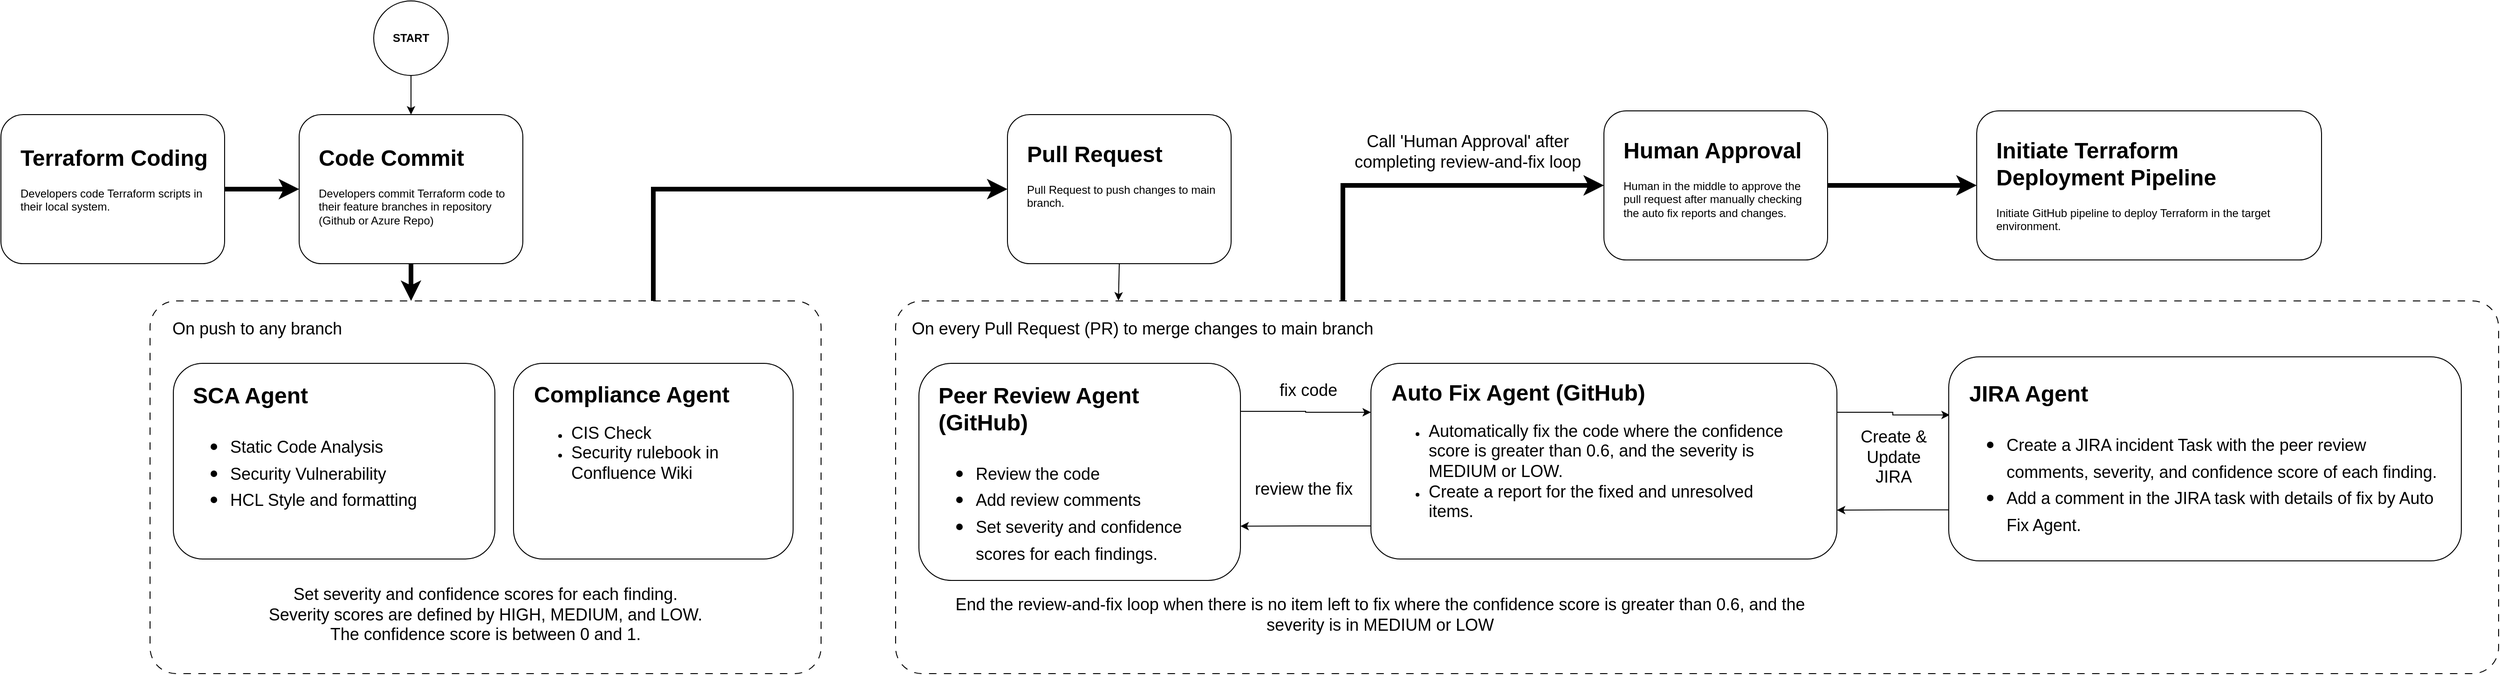
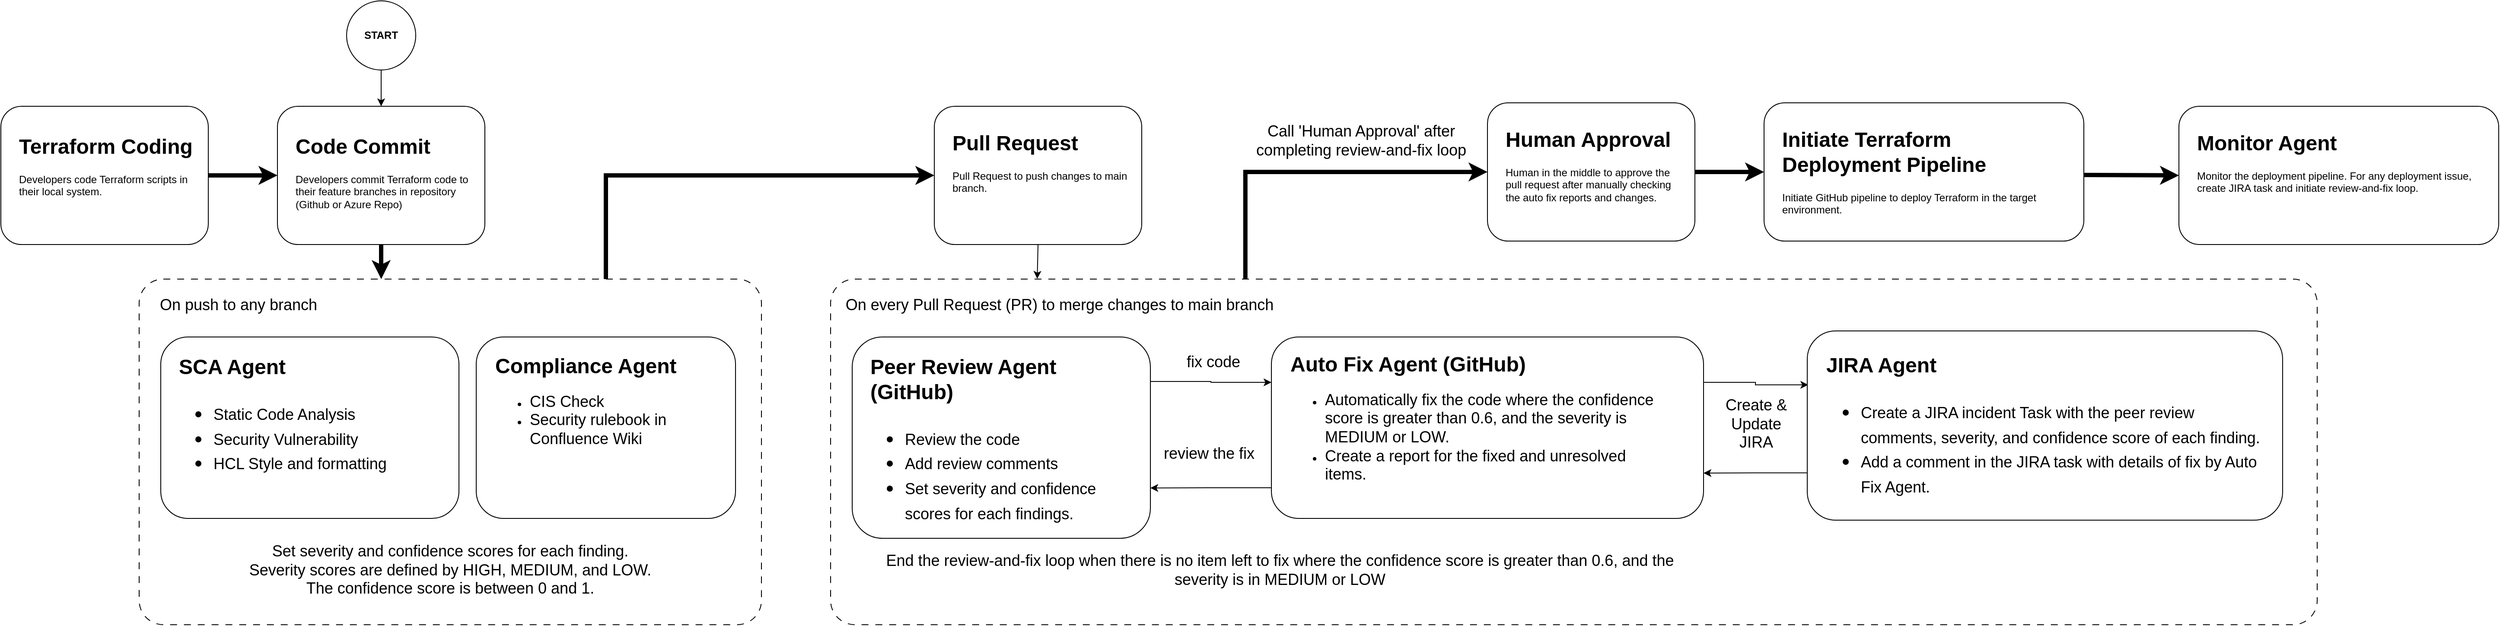
<mxfile host="app.diagrams.net">
  <diagram name="Page-1" id="llQ14HlxIDWXj9B5HY60">
    <mxGraphModel dx="1006" dy="638" grid="1" gridSize="10" guides="1" tooltips="1" connect="1" arrows="1" fold="1" page="1" pageScale="1" pageWidth="850" pageHeight="1100" math="0" shadow="0">
      <root>
        <mxCell id="0" />
        <mxCell id="1" parent="0" />
        <mxCell id="IWc9zJM8tDhvkjJ2dRjy-13" edge="1" parent="1" source="IWc9zJM8tDhvkjJ2dRjy-5" style="edgeStyle=orthogonalEdgeStyle;rounded=0;orthogonalLoop=1;jettySize=auto;html=1;entryX=0;entryY=0.5;entryDx=0;entryDy=0;exitX=0.75;exitY=0;exitDx=0;exitDy=0;strokeWidth=5;" target="IWc9zJM8tDhvkjJ2dRjy-1">
          <mxGeometry relative="1" as="geometry" />
        </mxCell>
        <mxCell id="oJW8UGhNAXkty13G2p3x-1" parent="1" style="rounded=1;whiteSpace=wrap;html=1;" value="" vertex="1">
          <mxGeometry height="160" width="240" x="440" y="200" as="geometry" />
        </mxCell>
        <mxCell id="oJW8UGhNAXkty13G2p3x-3" parent="1" style="text;html=1;whiteSpace=wrap;overflow=hidden;rounded=0;" value="&lt;h1 style=&quot;margin-top: 0px;&quot;&gt;Code Commit&lt;/h1&gt;&lt;p&gt;Developers commit Terraform code to their feature branches in repository (Github or Azure Repo)&lt;/p&gt;" vertex="1">
          <mxGeometry height="100" width="210" x="459" y="226" as="geometry" />
        </mxCell>
        <mxCell id="IWc9zJM8tDhvkjJ2dRjy-35" edge="1" parent="1" source="IWc9zJM8tDhvkjJ2dRjy-14" style="edgeStyle=orthogonalEdgeStyle;rounded=0;orthogonalLoop=1;jettySize=auto;html=1;entryX=0;entryY=0.5;entryDx=0;entryDy=0;exitX=0.279;exitY=0.025;exitDx=0;exitDy=0;exitPerimeter=0;strokeWidth=5;" target="IWc9zJM8tDhvkjJ2dRjy-33">
          <mxGeometry relative="1" as="geometry">
            <Array as="points">
              <mxPoint x="1560" y="276" />
            </Array>
          </mxGeometry>
        </mxCell>
        <mxCell id="IWc9zJM8tDhvkjJ2dRjy-1" parent="1" style="rounded=1;whiteSpace=wrap;html=1;" value="" vertex="1">
          <mxGeometry height="160" width="240" x="1200" y="200" as="geometry" />
        </mxCell>
        <mxCell id="IWc9zJM8tDhvkjJ2dRjy-2" parent="1" style="text;html=1;whiteSpace=wrap;overflow=hidden;rounded=0;" value="&lt;h1 style=&quot;margin-top: 0px;&quot;&gt;Pull Request&lt;/h1&gt;&lt;p&gt;Pull Request to push changes to main branch.&lt;/p&gt;" vertex="1">
          <mxGeometry height="100" width="210" x="1219" y="222" as="geometry" />
        </mxCell>
        <mxCell id="IWc9zJM8tDhvkjJ2dRjy-12" edge="1" parent="1" source="IWc9zJM8tDhvkjJ2dRjy-3" style="edgeStyle=orthogonalEdgeStyle;rounded=0;orthogonalLoop=1;jettySize=auto;html=1;exitX=1;exitY=0.5;exitDx=0;exitDy=0;entryX=0;entryY=0.5;entryDx=0;entryDy=0;strokeWidth=5;" target="oJW8UGhNAXkty13G2p3x-1">
          <mxGeometry relative="1" as="geometry" />
        </mxCell>
        <mxCell id="IWc9zJM8tDhvkjJ2dRjy-3" parent="1" style="rounded=1;whiteSpace=wrap;html=1;" value="" vertex="1">
          <mxGeometry height="160" width="240" x="120" y="200" as="geometry" />
        </mxCell>
        <mxCell id="IWc9zJM8tDhvkjJ2dRjy-4" parent="1" style="text;html=1;whiteSpace=wrap;overflow=hidden;rounded=0;" value="&lt;h1 style=&quot;margin-top: 0px;&quot;&gt;Terraform Coding&lt;/h1&gt;&lt;p&gt;Developers code Terraform scripts in their local system.&lt;/p&gt;" vertex="1">
          <mxGeometry height="100" width="210" x="139" y="226" as="geometry" />
        </mxCell>
        <mxCell id="IWc9zJM8tDhvkjJ2dRjy-5" parent="1" style="rounded=1;whiteSpace=wrap;html=1;arcSize=7;dashed=1;dashPattern=8 8;" value="" vertex="1">
          <mxGeometry height="400" width="720" x="280" y="400" as="geometry" />
        </mxCell>
        <mxCell id="IWc9zJM8tDhvkjJ2dRjy-6" parent="1" style="text;html=1;whiteSpace=wrap;strokeColor=none;fillColor=none;align=center;verticalAlign=middle;rounded=0;" value="&lt;font style=&quot;font-size: 18px;&quot;&gt;On push to any branch&lt;/font&gt;" vertex="1">
          <mxGeometry height="30" width="210" x="290" y="415" as="geometry" />
        </mxCell>
        <mxCell id="IWc9zJM8tDhvkjJ2dRjy-7" parent="1" style="rounded=1;whiteSpace=wrap;html=1;" value="" vertex="1">
          <mxGeometry height="210" width="345" x="305" y="467" as="geometry" />
        </mxCell>
        <mxCell id="IWc9zJM8tDhvkjJ2dRjy-8" parent="1" style="text;html=1;whiteSpace=wrap;overflow=hidden;rounded=0;" value="&lt;h1 style=&quot;margin-top: 0px;&quot;&gt;SCA Agent&lt;/h1&gt;&lt;h1 style=&quot;margin-top: 0px;&quot;&gt;&lt;p style=&quot;font-size: 12px; font-weight: 400;&quot;&gt;&lt;/p&gt;&lt;ul&gt;&lt;li&gt;&lt;span style=&quot;font-size: 18px; font-weight: normal;&quot;&gt;Static Code Analysis&lt;/span&gt;&lt;/li&gt;&lt;li&gt;&lt;span style=&quot;font-size: 18px; font-weight: normal;&quot;&gt;Security Vulnerability&lt;/span&gt;&lt;/li&gt;&lt;li&gt;&lt;span style=&quot;font-size: 18px; font-weight: normal;&quot;&gt;HCL Style and formatting&lt;/span&gt;&lt;/li&gt;&lt;/ul&gt;&lt;p&gt;&lt;/p&gt;&lt;/h1&gt;" vertex="1">
          <mxGeometry height="183" width="306" x="324" y="481" as="geometry" />
        </mxCell>
        <mxCell id="IWc9zJM8tDhvkjJ2dRjy-9" parent="1" style="rounded=1;whiteSpace=wrap;html=1;" value="" vertex="1">
          <mxGeometry height="210" width="300" x="670" y="467" as="geometry" />
        </mxCell>
        <mxCell id="IWc9zJM8tDhvkjJ2dRjy-10" parent="1" style="text;html=1;whiteSpace=wrap;overflow=hidden;rounded=0;" value="&lt;h1 style=&quot;margin-top: 0px;&quot;&gt;Compliance Agent&lt;/h1&gt;&lt;p&gt;&lt;/p&gt;&lt;ul&gt;&lt;li&gt;&lt;span style=&quot;font-size: 18px;&quot;&gt;CIS Check&lt;/span&gt;&lt;/li&gt;&lt;li&gt;&lt;span style=&quot;font-size: 18px;&quot;&gt;Security rulebook in Confluence Wiki&lt;/span&gt;&lt;/li&gt;&lt;/ul&gt;&lt;p&gt;&lt;/p&gt;" vertex="1">
          <mxGeometry height="180" width="269" x="690" y="480" as="geometry" />
        </mxCell>
        <mxCell id="IWc9zJM8tDhvkjJ2dRjy-11" edge="1" parent="1" source="oJW8UGhNAXkty13G2p3x-1" style="edgeStyle=orthogonalEdgeStyle;rounded=0;orthogonalLoop=1;jettySize=auto;html=1;exitX=0.5;exitY=1;exitDx=0;exitDy=0;entryX=0.389;entryY=0;entryDx=0;entryDy=0;entryPerimeter=0;strokeWidth=5;" target="IWc9zJM8tDhvkjJ2dRjy-5">
          <mxGeometry relative="1" as="geometry" />
        </mxCell>
        <mxCell id="IWc9zJM8tDhvkjJ2dRjy-14" parent="1" style="rounded=1;whiteSpace=wrap;html=1;arcSize=7;dashed=1;dashPattern=8 8;" value="" vertex="1">
          <mxGeometry height="400" width="1720" x="1080" y="400" as="geometry" />
        </mxCell>
        <mxCell id="IWc9zJM8tDhvkjJ2dRjy-15" parent="1" style="text;html=1;whiteSpace=wrap;strokeColor=none;fillColor=none;align=center;verticalAlign=middle;rounded=0;" value="&lt;font style=&quot;font-size: 18px;&quot;&gt;On every Pull Request (PR) to merge changes to main branch&lt;/font&gt;" vertex="1">
          <mxGeometry height="30" width="510" x="1090" y="415" as="geometry" />
        </mxCell>
        <mxCell id="IWc9zJM8tDhvkjJ2dRjy-22" edge="1" parent="1" source="IWc9zJM8tDhvkjJ2dRjy-16" style="edgeStyle=orthogonalEdgeStyle;rounded=0;orthogonalLoop=1;jettySize=auto;html=1;exitX=1;exitY=0.221;exitDx=0;exitDy=0;entryX=0;entryY=0.25;entryDx=0;entryDy=0;exitPerimeter=0;" target="IWc9zJM8tDhvkjJ2dRjy-18">
          <mxGeometry relative="1" as="geometry" />
        </mxCell>
        <mxCell id="IWc9zJM8tDhvkjJ2dRjy-16" parent="1" style="rounded=1;whiteSpace=wrap;html=1;" value="" vertex="1">
          <mxGeometry height="233" width="345" x="1105" y="467" as="geometry" />
        </mxCell>
        <mxCell id="IWc9zJM8tDhvkjJ2dRjy-17" parent="1" style="text;html=1;whiteSpace=wrap;overflow=hidden;rounded=0;" value="&lt;h1 style=&quot;margin-top: 0px;&quot;&gt;Peer Review Agent (GitHub)&lt;/h1&gt;&lt;h1 style=&quot;margin-top: 0px;&quot;&gt;&lt;p style=&quot;font-size: 12px; font-weight: 400;&quot;&gt;&lt;/p&gt;&lt;ul&gt;&lt;li&gt;&lt;span style=&quot;font-size: 18px; font-weight: 400;&quot;&gt;Review the code&lt;/span&gt;&lt;/li&gt;&lt;li&gt;&lt;span style=&quot;font-size: 18px; font-weight: 400;&quot;&gt;Add review comments&lt;/span&gt;&lt;/li&gt;&lt;li&gt;&lt;span style=&quot;font-size: 18px; font-weight: 400;&quot;&gt;Set severity and confidence scores for each findings.&lt;/span&gt;&lt;/li&gt;&lt;/ul&gt;&lt;p&gt;&lt;/p&gt;&lt;/h1&gt;" vertex="1">
          <mxGeometry height="209" width="306" x="1124" y="481" as="geometry" />
        </mxCell>
        <mxCell id="IWc9zJM8tDhvkjJ2dRjy-23" edge="1" parent="1" source="IWc9zJM8tDhvkjJ2dRjy-18" style="edgeStyle=orthogonalEdgeStyle;rounded=0;orthogonalLoop=1;jettySize=auto;html=1;exitX=0;exitY=0.831;exitDx=0;exitDy=0;entryX=1;entryY=0.75;entryDx=0;entryDy=0;exitPerimeter=0;" target="IWc9zJM8tDhvkjJ2dRjy-16">
          <mxGeometry relative="1" as="geometry" />
        </mxCell>
        <mxCell id="IWc9zJM8tDhvkjJ2dRjy-31" edge="1" parent="1" source="IWc9zJM8tDhvkjJ2dRjy-18" style="edgeStyle=orthogonalEdgeStyle;rounded=0;orthogonalLoop=1;jettySize=auto;html=1;exitX=1;exitY=0.25;exitDx=0;exitDy=0;entryX=0.002;entryY=0.285;entryDx=0;entryDy=0;entryPerimeter=0;" target="IWc9zJM8tDhvkjJ2dRjy-27">
          <mxGeometry relative="1" as="geometry" />
        </mxCell>
        <mxCell id="IWc9zJM8tDhvkjJ2dRjy-18" parent="1" style="rounded=1;whiteSpace=wrap;html=1;" value="" vertex="1">
          <mxGeometry height="210" width="500" x="1590" y="467" as="geometry" />
        </mxCell>
        <mxCell id="IWc9zJM8tDhvkjJ2dRjy-19" parent="1" style="text;html=1;whiteSpace=wrap;overflow=hidden;rounded=0;" value="&lt;h1 style=&quot;margin-top: 0px;&quot;&gt;Auto Fix Agent (GitHub)&lt;/h1&gt;&lt;p&gt;&lt;/p&gt;&lt;ul&gt;&lt;li&gt;&lt;span style=&quot;font-size: 18px;&quot;&gt;Automatically fix the code where the confidence score is greater than 0.6, and the severity is MEDIUM or LOW.&amp;nbsp;&lt;/span&gt;&lt;/li&gt;&lt;li&gt;&lt;span style=&quot;font-size: 18px;&quot;&gt;Create a report for the fixed and unresolved items.&lt;/span&gt;&lt;/li&gt;&lt;/ul&gt;&lt;p&gt;&lt;/p&gt;" vertex="1">
          <mxGeometry height="192" width="440" x="1610" y="478" as="geometry" />
        </mxCell>
        <mxCell id="IWc9zJM8tDhvkjJ2dRjy-20" parent="1" style="text;whiteSpace=wrap;fontSize=18;align=center;" value="Set severity and confidence scores for each finding.&#xa;Severity scores are defined by HIGH, MEDIUM, and LOW.&#xa;The confidence score is between 0 and 1." vertex="1">
          <mxGeometry height="77" width="640" x="320" y="698" as="geometry" />
        </mxCell>
        <mxCell id="IWc9zJM8tDhvkjJ2dRjy-21" edge="1" parent="1" source="IWc9zJM8tDhvkjJ2dRjy-1" style="edgeStyle=orthogonalEdgeStyle;rounded=0;orthogonalLoop=1;jettySize=auto;html=1;exitX=0.5;exitY=1;exitDx=0;exitDy=0;entryX=0.139;entryY=-0.001;entryDx=0;entryDy=0;entryPerimeter=0;" target="IWc9zJM8tDhvkjJ2dRjy-14">
          <mxGeometry relative="1" as="geometry" />
        </mxCell>
        <mxCell id="IWc9zJM8tDhvkjJ2dRjy-24" parent="1" style="text;html=1;whiteSpace=wrap;strokeColor=none;fillColor=none;align=center;verticalAlign=middle;rounded=0;" value="&lt;font style=&quot;font-size: 18px;&quot;&gt;fix code&lt;/font&gt;" vertex="1">
          <mxGeometry height="30" width="82" x="1482" y="481" as="geometry" />
        </mxCell>
        <mxCell id="IWc9zJM8tDhvkjJ2dRjy-25" parent="1" style="text;html=1;whiteSpace=wrap;strokeColor=none;fillColor=none;align=center;verticalAlign=middle;rounded=0;" value="&lt;font style=&quot;font-size: 18px;&quot;&gt;review the fix&lt;/font&gt;" vertex="1">
          <mxGeometry height="30" width="120" x="1458" y="587" as="geometry" />
        </mxCell>
        <mxCell id="IWc9zJM8tDhvkjJ2dRjy-26" parent="1" style="text;html=1;whiteSpace=wrap;strokeColor=none;fillColor=none;align=center;verticalAlign=middle;rounded=0;" value="&lt;font style=&quot;font-size: 18px;&quot;&gt;End the review-and-fix loop when there is no item left to fix where the confidence score is greater than 0.6, and the severity is in MEDIUM or LOW&lt;/font&gt;" vertex="1">
          <mxGeometry height="50" width="980" x="1110" y="711.5" as="geometry" />
        </mxCell>
        <mxCell id="IWc9zJM8tDhvkjJ2dRjy-30" edge="1" parent="1" source="IWc9zJM8tDhvkjJ2dRjy-27" style="edgeStyle=orthogonalEdgeStyle;rounded=0;orthogonalLoop=1;jettySize=auto;html=1;exitX=0;exitY=0.75;exitDx=0;exitDy=0;entryX=1;entryY=0.75;entryDx=0;entryDy=0;" target="IWc9zJM8tDhvkjJ2dRjy-18">
          <mxGeometry relative="1" as="geometry" />
        </mxCell>
        <mxCell id="IWc9zJM8tDhvkjJ2dRjy-27" parent="1" style="rounded=1;whiteSpace=wrap;html=1;" value="" vertex="1">
          <mxGeometry height="219" width="550" x="2210" y="460" as="geometry" />
        </mxCell>
        <mxCell id="IWc9zJM8tDhvkjJ2dRjy-28" parent="1" style="text;html=1;whiteSpace=wrap;overflow=hidden;rounded=0;" value="&lt;h1 style=&quot;margin-top: 0px;&quot;&gt;JIRA Agent&lt;/h1&gt;&lt;h1 style=&quot;margin-top: 0px;&quot;&gt;&lt;p style=&quot;font-size: 12px; font-weight: 400;&quot;&gt;&lt;/p&gt;&lt;ul&gt;&lt;li&gt;&lt;span style=&quot;font-size: 18px; font-weight: 400;&quot;&gt;Create a JIRA incident Task with the peer review comments, severity, and confidence score of each finding.&lt;/span&gt;&lt;/li&gt;&lt;li&gt;&lt;span style=&quot;font-size: 18px; font-weight: 400;&quot;&gt;Add a comment in the JIRA task with details of fix by Auto Fix Agent.&lt;/span&gt;&lt;/li&gt;&lt;/ul&gt;&lt;p&gt;&lt;/p&gt;&lt;/h1&gt;" vertex="1">
          <mxGeometry height="191" width="510" x="2230" y="479" as="geometry" />
        </mxCell>
        <mxCell id="IWc9zJM8tDhvkjJ2dRjy-32" parent="1" style="text;html=1;whiteSpace=wrap;strokeColor=none;fillColor=none;align=center;verticalAlign=middle;rounded=0;" value="&lt;font style=&quot;font-size: 18px;&quot;&gt;Create &amp;amp; Update JIRA&lt;/font&gt;" vertex="1">
          <mxGeometry height="57.5" width="102" x="2100" y="539" as="geometry" />
        </mxCell>
        <mxCell id="IWc9zJM8tDhvkjJ2dRjy-39" edge="1" parent="1" source="IWc9zJM8tDhvkjJ2dRjy-33" style="edgeStyle=orthogonalEdgeStyle;rounded=0;orthogonalLoop=1;jettySize=auto;html=1;exitX=1;exitY=0.5;exitDx=0;exitDy=0;entryX=0;entryY=0.5;entryDx=0;entryDy=0;strokeWidth=5;" target="IWc9zJM8tDhvkjJ2dRjy-37">
          <mxGeometry relative="1" as="geometry" />
        </mxCell>
        <mxCell id="IWc9zJM8tDhvkjJ2dRjy-33" parent="1" style="rounded=1;whiteSpace=wrap;html=1;" value="" vertex="1">
          <mxGeometry height="160" width="240" x="1840" y="196" as="geometry" />
        </mxCell>
        <mxCell id="IWc9zJM8tDhvkjJ2dRjy-34" parent="1" style="text;html=1;whiteSpace=wrap;overflow=hidden;rounded=0;" value="&lt;h1 style=&quot;margin-top: 0px;&quot;&gt;Human Approval&lt;/h1&gt;&lt;p&gt;Human in the middle to approve the pull request after manually checking the auto fix reports and changes.&amp;nbsp;&lt;/p&gt;" vertex="1">
          <mxGeometry height="100" width="210" x="1859" y="218" as="geometry" />
        </mxCell>
        <mxCell id="IWc9zJM8tDhvkjJ2dRjy-36" parent="1" style="text;html=1;whiteSpace=wrap;strokeColor=none;fillColor=none;align=center;verticalAlign=middle;rounded=0;" value="&lt;font style=&quot;font-size: 18px;&quot;&gt;Call &#39;Human Approval&#39; after completing review-and-fix loop&lt;/font&gt;" vertex="1">
          <mxGeometry height="60" width="248" x="1570" y="210" as="geometry" />
        </mxCell>
        <mxCell id="IWc9zJM8tDhvkjJ2dRjy-37" parent="1" style="rounded=1;whiteSpace=wrap;html=1;" value="" vertex="1">
-           <mxGeometry height="160" width="370" x="2240" y="196" as="geometry" />
+           <mxGeometry height="160" width="370" x="2160" y="196" as="geometry" />
        </mxCell>
        <mxCell id="IWc9zJM8tDhvkjJ2dRjy-38" parent="1" style="text;html=1;whiteSpace=wrap;overflow=hidden;rounded=0;" value="&lt;h1 style=&quot;margin-top: 0px;&quot;&gt;Initiate Terraform Deployment Pipeline&lt;/h1&gt;&lt;p&gt;Initiate GitHub pipeline to deploy Terraform in the target environment.&amp;nbsp;&amp;nbsp;&lt;/p&gt;" vertex="1">
-           <mxGeometry height="112" width="341" x="2259" y="218" as="geometry" />
+           <mxGeometry height="112" width="341" x="2179" y="218" as="geometry" />
        </mxCell>
        <mxCell id="IWc9zJM8tDhvkjJ2dRjy-41" edge="1" parent="1" source="IWc9zJM8tDhvkjJ2dRjy-40" style="edgeStyle=orthogonalEdgeStyle;rounded=0;orthogonalLoop=1;jettySize=auto;html=1;exitX=0.5;exitY=1;exitDx=0;exitDy=0;entryX=0.5;entryY=0;entryDx=0;entryDy=0;" target="oJW8UGhNAXkty13G2p3x-1">
          <mxGeometry relative="1" as="geometry" />
        </mxCell>
        <mxCell id="IWc9zJM8tDhvkjJ2dRjy-40" parent="1" style="ellipse;whiteSpace=wrap;html=1;aspect=fixed;fontStyle=1" value="START" vertex="1">
          <mxGeometry height="80" width="80" x="520" y="78" as="geometry" />
        </mxCell>
+         <mxCell id="IWc9zJM8tDhvkjJ2dRjy-42" parent="1" style="rounded=1;whiteSpace=wrap;html=1;" value="" vertex="1">
+           <mxGeometry height="160" width="370" x="2640" y="200" as="geometry" />
+         </mxCell>
+         <mxCell id="IWc9zJM8tDhvkjJ2dRjy-43" parent="1" style="text;html=1;whiteSpace=wrap;overflow=hidden;rounded=0;" value="&lt;h1 style=&quot;margin-top: 0px;&quot;&gt;Monitor Agent&lt;/h1&gt;&lt;p&gt;Monitor the deployment pipeline.&amp;nbsp;&lt;span style=&quot;background-color: transparent; color: light-dark(rgb(0, 0, 0), rgb(255, 255, 255));&quot;&gt;F&lt;/span&gt;&lt;span style=&quot;background-color: transparent; color: light-dark(rgb(0, 0, 0), rgb(255, 255, 255));&quot;&gt;or any deployment issue, create JIRA task and initiate review-and-fix loop.&lt;/span&gt;&lt;/p&gt;" vertex="1">
+           <mxGeometry height="112" width="341" x="2659" y="222" as="geometry" />
+         </mxCell>
+         <mxCell id="IWc9zJM8tDhvkjJ2dRjy-44" edge="1" parent="1" style="edgeStyle=orthogonalEdgeStyle;rounded=0;orthogonalLoop=1;jettySize=auto;html=1;exitX=1;exitY=0.5;exitDx=0;exitDy=0;entryX=0;entryY=0.5;entryDx=0;entryDy=0;strokeWidth=5;" target="IWc9zJM8tDhvkjJ2dRjy-42">
+           <mxGeometry relative="1" as="geometry">
+             <mxPoint x="2530" y="279.5" as="sourcePoint" />
+             <mxPoint x="2610" y="279.5" as="targetPoint" />
+           </mxGeometry>
+         </mxCell>
      </root>
    </mxGraphModel>
  </diagram>
</mxfile>
